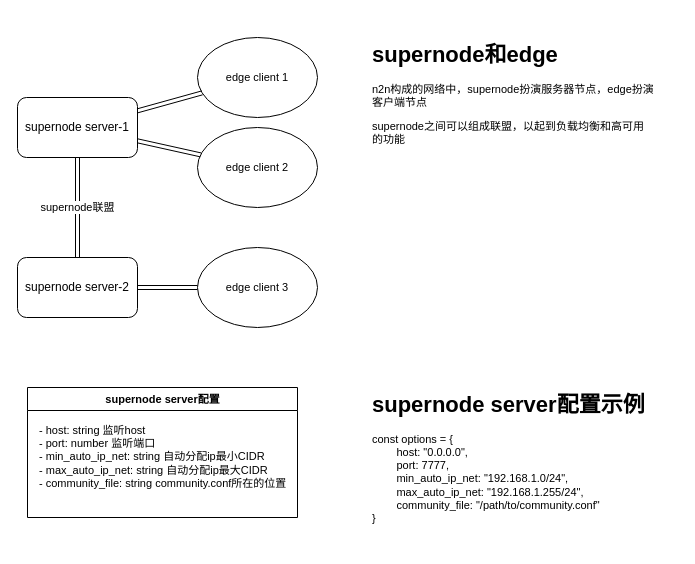
This is doc/n2n.drawio from ChingCdesu/supernode-server, a draw.io file, before an edit. Source tidied: cells renumbered, new cells numbered last; positions are measured from the earlier drawing's top-left corner, leaving out a move shared by most shapes. Both pictures are drawn from the tidied source at 100%, with x=0, y=0 at pixel (17, 37).
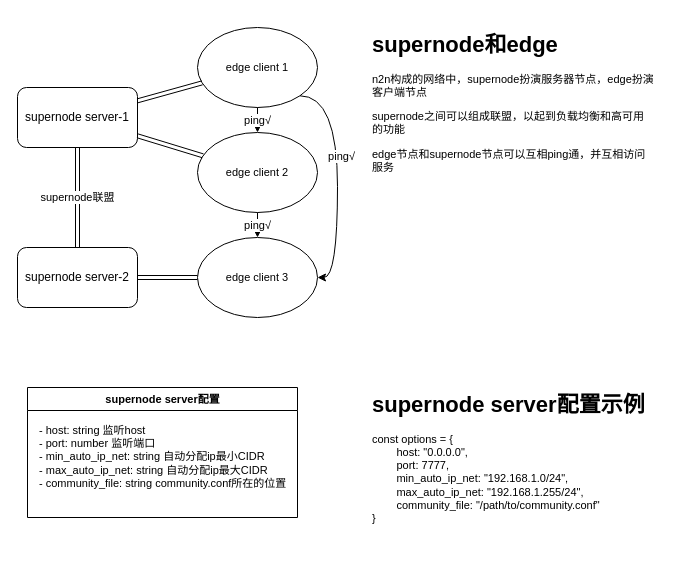
The same page after the edit.

Unchanged cells that the change refers to:
```xml
<mxCell id="7" value="edge client 1" style="ellipse;whiteSpace=wrap;html=1;labelBackgroundColor=default;fontFamily=Helvetica;fontSize=11;fontColor=default;fillColor=none;gradientColor=none;" parent="2" vertex="1">
  <mxGeometry x="180" width="120" height="80" as="geometry" />
</mxCell>
<mxCell id="11" value="edge client 3" style="ellipse;whiteSpace=wrap;html=1;labelBackgroundColor=default;fontFamily=Helvetica;fontSize=11;fontColor=default;fillColor=none;gradientColor=none;" parent="2" vertex="1">
  <mxGeometry x="180" y="210" width="120" height="80" as="geometry" />
</mxCell>
```

Diff of the diagram source:
```diff
@@
     <mxCell id="2" style="group;" parent="1" vertex="1">
-      <mxGeometry width="640" height="290" as="geometry" />
+      <mxGeometry y="-10" width="640" height="290" as="geometry" />
     </mxCell>
@@
+    <mxCell id="18" value="ping√" style="edgeStyle=none;html=1;exitX=0.5;exitY=1;exitDx=0;exitDy=0;entryX=0.5;entryY=0;entryDx=0;entryDy=0;" parent="2" edge="1" source="7" target="9">
+      <mxGeometry relative="1" as="geometry" />
+    </mxCell>
+    <mxCell id="19" style="edgeStyle=orthogonalEdgeStyle;html=1;exitX=1;exitY=1;exitDx=0;exitDy=0;entryX=1;entryY=0.5;entryDx=0;entryDy=0;curved=1;" parent="2" edge="1" source="7" target="11">
+      <mxGeometry relative="1" as="geometry">
+        <Array as="points">
+          <mxPoint x="320" y="68" />
+          <mxPoint x="320" y="250" />
+        </Array>
+      </mxGeometry>
+    </mxCell>
+    <mxCell id="20" value="ping√" style="edgeLabel;html=1;align=center;verticalAlign=middle;" parent="19" vertex="1">
+      <mxGeometry x="-0.18" y="3" relative="1" as="geometry" />
+    </mxCell>
@@
+    <mxCell id="21" value="ping√" style="edgeStyle=none;html=1;exitX=0.5;exitY=1;exitDx=0;exitDy=0;entryX=0.5;entryY=0;entryDx=0;entryDy=0;" parent="2" edge="1" source="9" target="11">
+      <mxGeometry relative="1" as="geometry" />
+    </mxCell>
     <mxCell id="9" value="edge client 2" style="ellipse;whiteSpace=wrap;html=1;labelBackgroundColor=default;fontFamily=Helvetica;fontSize=11;fontColor=default;fillColor=none;gradientColor=none;" parent="2" vertex="1">
-      <mxGeometry x="180" y="90" width="120" height="80" as="geometry" />
+      <mxGeometry x="180" y="105" width="120" height="80" as="geometry" />
     </mxCell>
@@
-    <mxCell id="13" value="&lt;h1&gt;supernode和edge&lt;/h1&gt;&lt;p&gt;n2n构成的网络中，supernode扮演服务器节点，edge扮演客户端节点&lt;/p&gt;&lt;p&gt;supernode之间可以组成联盟，以起到负载均衡和高可用的功能&lt;/p&gt;" style="text;html=1;strokeColor=none;fillColor=none;spacing=5;spacingTop=-20;whiteSpace=wrap;overflow=hidden;rounded=0;labelBackgroundColor=default;fontFamily=Helvetica;fontSize=11;fontColor=default;" parent="2" vertex="1">
-      <mxGeometry x="350" width="290" height="120" as="geometry" />
+    <mxCell id="13" value="&lt;h1&gt;supernode和edge&lt;/h1&gt;&lt;p&gt;n2n构成的网络中，supernode扮演服务器节点，edge扮演客户端节点&lt;/p&gt;&lt;p&gt;supernode之间可以组成联盟，以起到负载均衡和高可用的功能&lt;/p&gt;&lt;p&gt;edge节点和supernode节点可以互相ping通，并互相访问服务&lt;/p&gt;" style="text;html=1;strokeColor=none;fillColor=none;spacing=5;spacingTop=-20;whiteSpace=wrap;overflow=hidden;rounded=0;labelBackgroundColor=default;fontFamily=Helvetica;fontSize=11;fontColor=default;" parent="2" vertex="1">
+      <mxGeometry x="350" width="290" height="170" as="geometry" />
     </mxCell>
```
